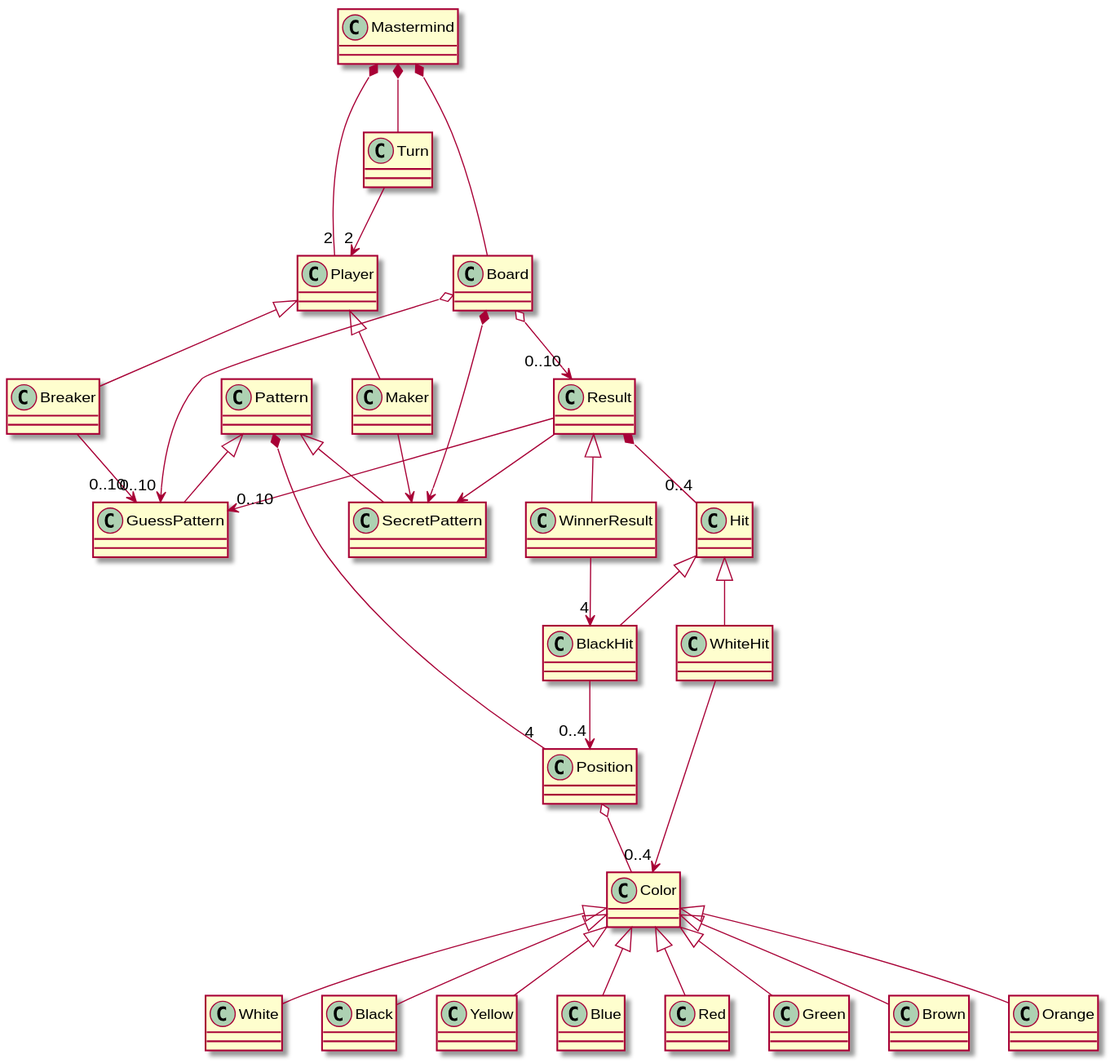
This is diagrams/classDiagram.svg from ajaragz/mastermind, a PlantUML export, as it was before one commit.
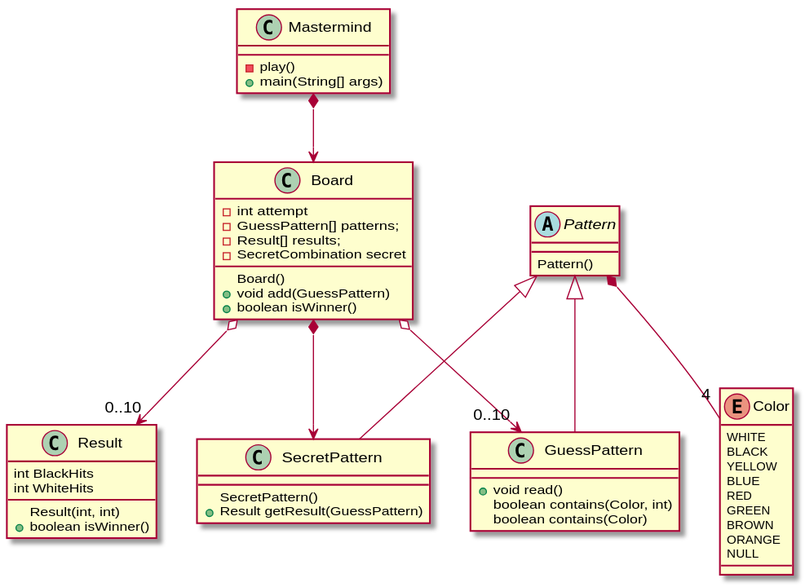
The same diagram one commit later.

Commit message:
Agregar diagrama clases domainModel

The edit, as a diff of the source:
```diff
@@ -1,62 +1,56 @@
 @startuml classDiagram
 
-class Mastermind
-class Board
-class Turn
-class Player
-class Result
-class Maker
-class Breaker
-class Pattern
-class SecretPattern
-class GuessPattern
-class Position
-class Color
-class White
-class Black
-class Yellow
-class Blue
-class Red
-class Green
-class Brown
-class Orange
-class Hit
-class BlackHit
-class WhiteHit
-class WinnerResult
+class Mastermind {
+    - play()
+    + main(String[] args)
+}
+class Board {
+    -int attempt
+    -GuessPattern[] patterns;
+    -Result[] results;
+    -SecretCombination secret
+    Board()
+    +void add(GuessPattern)
+    +boolean isWinner()
+}
+class Result {
+    int BlackHits
+    int WhiteHits
+    Result(int, int)
+    +boolean isWinner()
+}
+abstract class Pattern {
+    Pattern()
+}
+class SecretPattern {
+    SecretPattern()
+    +Result getResult(GuessPattern)
+}
+class GuessPattern {
+    +void read()
+    boolean contains(Color, int)
+    boolean contains(Color)
+}
 
-Mastermind *-- Turn
-Mastermind *-- "2" Player
-Mastermind *--- Board
-Turn --> "2" Player
-Player <|-- Maker
-Player <|-- Breaker
+enum Color {
+    WHITE
+    BLACK
+    YELLOW
+    BLUE
+    RED
+    GREEN
+    BROWN
+    ORANGE
+    NULL
+}
+
+
+Mastermind *--> Board
 Pattern <|-- SecretPattern
 Pattern <|-- GuessPattern
-Pattern *-- "4" Position
-Position o-- Color
-Color <|-- White
-Color <|-- Black
-Color <|-- Yellow
-Color <|-- Blue
-Color <|-- Red
-Color <|-- Green
-Color <|-- Brown
-Color <|-- Orange
-Maker --> SecretPattern
-Breaker --> "0..10" GuessPattern
+Pattern *-- "4" Color
 Board o--> "0..10" Result
 Board *--> SecretPattern
 Board o--> "0..10" GuessPattern
-Result *-- "0..4" Hit
-Result <|-- WinnerResult
-Result --> SecretPattern
-Result --> "0..10" GuessPattern
-Hit <|-- BlackHit
-Hit <|- WhiteHit
-BlackHit --> "0..4" Position
-WhiteHit --> "0..4" Color
-
-WinnerResult --> "4" BlackHit
 
 @enduml
```
